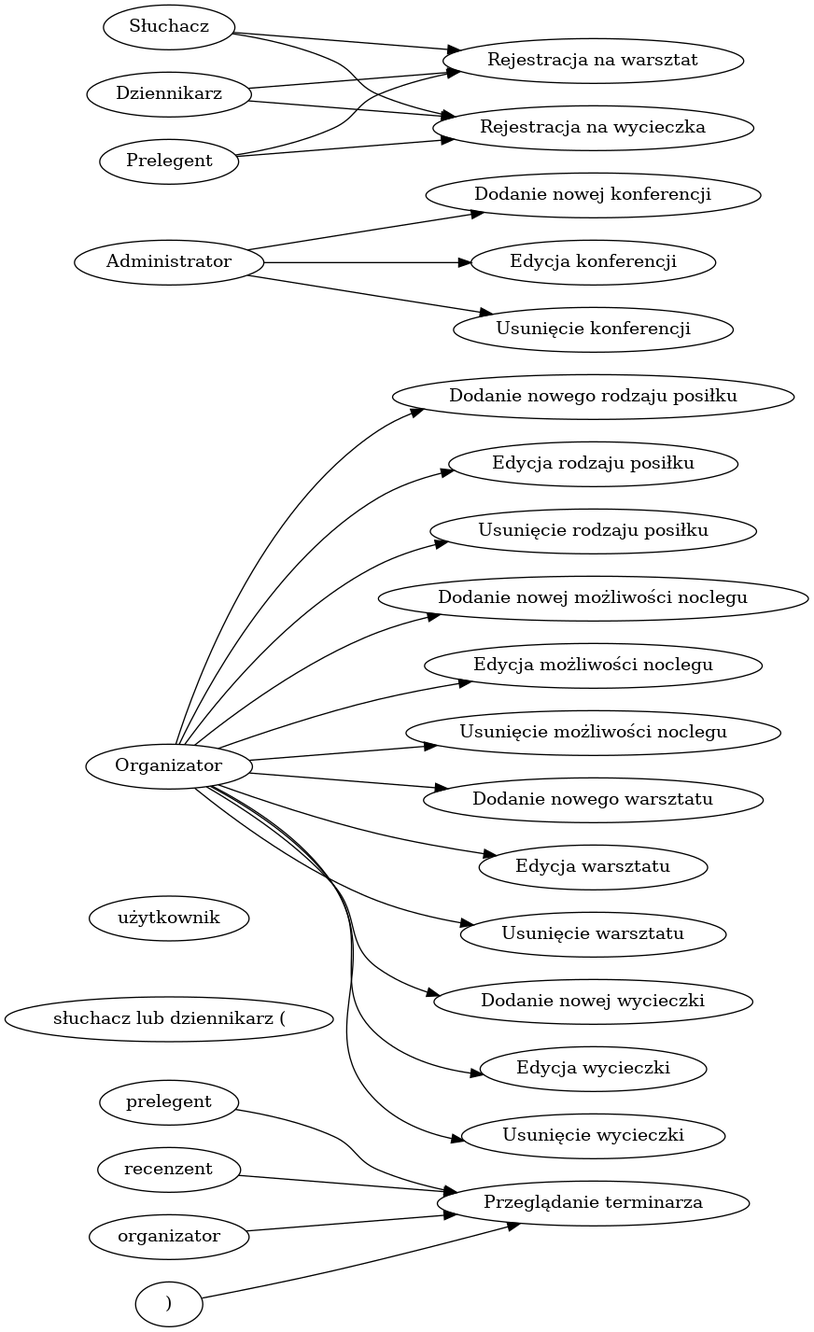
zyla/iop_konferencja keeps this Graphviz diagram as przypadki.png. Above is the earlier version. Its source is kept beside it as przypadki.dot.
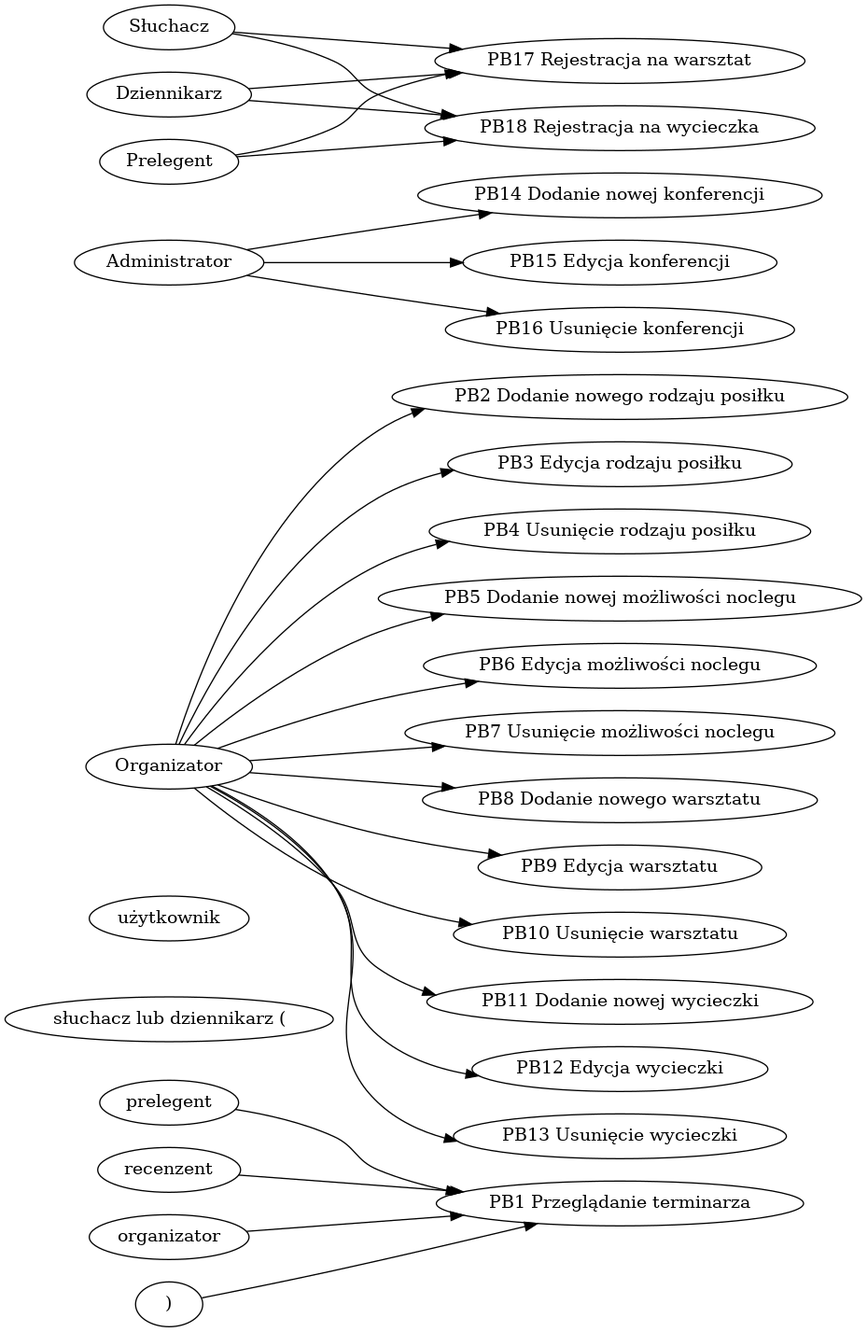
The same file after the commit.

Change to the diagram source:
```diff
@@ -1,26 +1,26 @@
-digraph { rankdir=LR; "prelegent" -> "Przeglądanie terminarza"
-"recenzent" -> "Przeglądanie terminarza"
-"organizator" -> "Przeglądanie terminarza"
-"słuchacz lub dziennikarz ("użytkownik")" -> "Przeglądanie terminarza"
-"Organizator" -> "Dodanie nowego rodzaju posiłku"
-"Organizator" -> "Edycja rodzaju posiłku"
-"Organizator" -> "Usunięcie rodzaju posiłku"
-"Organizator" -> "Dodanie nowej możliwości noclegu"
-"Organizator" -> "Edycja możliwości noclegu"
-"Organizator" -> "Usunięcie możliwości noclegu"
-"Organizator" -> "Dodanie nowego warsztatu"
-"Organizator" -> "Edycja warsztatu"
-"Organizator" -> "Usunięcie warsztatu"
-"Organizator" -> "Dodanie nowej wycieczki"
-"Organizator" -> "Edycja wycieczki"
-"Organizator" -> "Usunięcie wycieczki"
-"Administrator" -> "Dodanie nowej konferencji"
-"Administrator" -> "Edycja konferencji"
-"Administrator" -> "Usunięcie konferencji"
-"Słuchacz" -> "Rejestracja na warsztat"
-"Dziennikarz" -> "Rejestracja na warsztat"
-"Prelegent" -> "Rejestracja na warsztat"
-"Słuchacz" -> "Rejestracja na wycieczka"
-"Dziennikarz" -> "Rejestracja na wycieczka"
-"Prelegent" -> "Rejestracja na wycieczka"
+digraph { rankdir=LR; "prelegent" -> "PB1 Przeglądanie terminarza"
+"recenzent" -> "PB1 Przeglądanie terminarza"
+"organizator" -> "PB1 Przeglądanie terminarza"
+"słuchacz lub dziennikarz ("użytkownik")" -> "PB1 Przeglądanie terminarza"
+"Organizator" -> "PB2 Dodanie nowego rodzaju posiłku"
+"Organizator" -> "PB3 Edycja rodzaju posiłku"
+"Organizator" -> "PB4 Usunięcie rodzaju posiłku"
+"Organizator" -> "PB5 Dodanie nowej możliwości noclegu"
+"Organizator" -> "PB6 Edycja możliwości noclegu"
+"Organizator" -> "PB7 Usunięcie możliwości noclegu"
+"Organizator" -> "PB8 Dodanie nowego warsztatu"
+"Organizator" -> "PB9 Edycja warsztatu"
+"Organizator" -> "PB10 Usunięcie warsztatu"
+"Organizator" -> "PB11 Dodanie nowej wycieczki"
+"Organizator" -> "PB12 Edycja wycieczki"
+"Organizator" -> "PB13 Usunięcie wycieczki"
+"Administrator" -> "PB14 Dodanie nowej konferencji"
+"Administrator" -> "PB15 Edycja konferencji"
+"Administrator" -> "PB16 Usunięcie konferencji"
+"Słuchacz" -> "PB17 Rejestracja na warsztat"
+"Dziennikarz" -> "PB17 Rejestracja na warsztat"
+"Prelegent" -> "PB17 Rejestracja na warsztat"
+"Słuchacz" -> "PB18 Rejestracja na wycieczka"
+"Dziennikarz" -> "PB18 Rejestracja na wycieczka"
+"Prelegent" -> "PB18 Rejestracja na wycieczka"
  }
```
